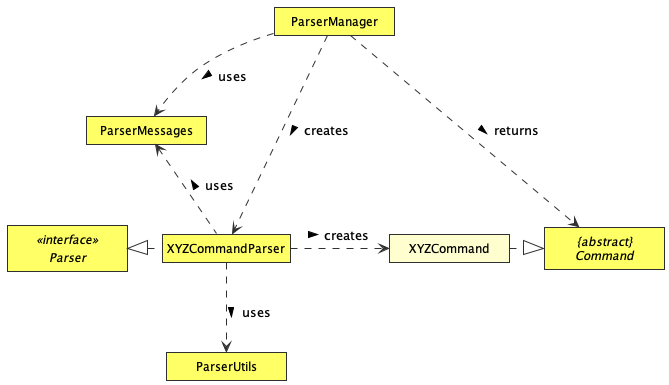
This is docs/images/ParserClassDiagram.png from tryyang2001/tp, a PlantUML export, as it was before one commit.
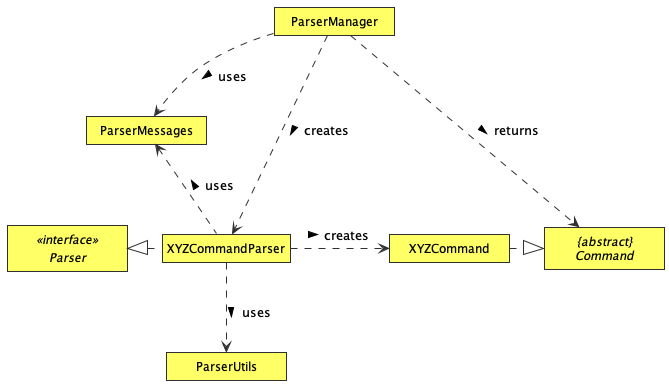
After the commit.

Commit message:
DG diagram updates to Logic

The edit, as a diff of the source:
```diff
@@ -8,6 +8,7 @@
 class ParserManager LOGIC_COLOUR
 class ParserUtils LOGIC_COLOUR
 class XYZCommandParser LOGIC_COLOUR
+class XYZCommand LOGIC_COLOUR
 abstract class "{abstract}\nCommand" AS Command LOGIC_COLOUR
 interface Parser <<interface>> LOGIC_COLOUR
 
```
